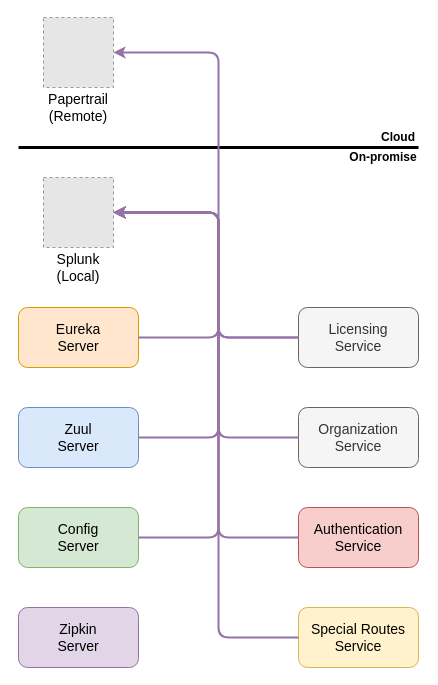
Above: readme/drawio/whole_structure_log.drawio in wuyichen24/spring-microservices-in-action (draw.io), before the change. Source tidied: cells renumbered, new cells numbered last; positions are measured from the earlier drawing's top-left corner, leaving out a move shared by most shapes. Both pictures are drawn from the tidied source at 100%, with x=0, y=0 at pixel (18, 17). Pictures stored in the file or linked from it are replaced by grey dashed boxes.
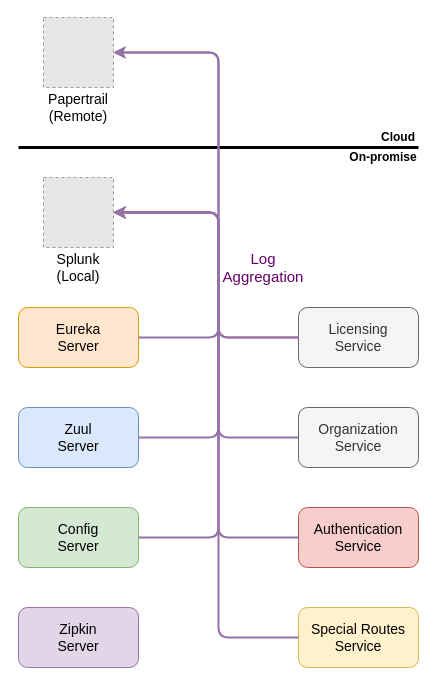
The same page after the edit.

The change refers to these unchanged cells:
```xml
<mxCell id="10" value="&lt;span style=&quot;font-size: 14px&quot;&gt;Special Routes&lt;br&gt;Service&lt;br&gt;&lt;/span&gt;" style="rounded=1;whiteSpace=wrap;html=1;fillColor=#fff2cc;strokeColor=#d6b656;" parent="1" vertex="1">
  <mxGeometry x="280" y="590" width="120" height="60" as="geometry" />
</mxCell>
<mxCell id="11" style="fillColor=#E6E6E6;strokeColor=#999999;dashed=1;verticalLabelPosition=bottom;labelBackgroundColor=#ffffff;verticalAlign=top;" parent="1" vertex="1">
  <mxGeometry x="25" y="160" width="70" height="70" as="geometry" />
</mxCell>
<mxCell id="20" style="fillColor=#E6E6E6;strokeColor=#999999;dashed=1;verticalLabelPosition=bottom;labelBackgroundColor=#ffffff;verticalAlign=top;" parent="1" vertex="1">
  <mxGeometry x="25" width="70" height="70" as="geometry" />
</mxCell>
```

Change to the diagram source:
```diff
@@
-    <mxCell id="19" style="endArrow=classic;html=1;strokeWidth=2;fillColor=#e1d5e7;strokeColor=#9673a6;entryX=1;entryY=0.5;entryDx=0;entryDy=0;exitX=0;exitY=0.5;exitDx=0;exitDy=0;" parent="1" edge="1" source="10" target="11">
+    <mxCell id="19" style="endArrow=classic;html=1;strokeWidth=2;fillColor=#e1d5e7;strokeColor=#9673a6;entryX=1;entryY=0.5;entryDx=0;entryDy=0;exitX=0;exitY=0.5;exitDx=0;exitDy=0;" parent="1" edge="1" source="10" target="20">
       <mxGeometry relative="1" as="geometry">
         <Array as="points">
           <mxPoint x="200" y="620" />
-          <mxPoint x="200" y="195" />
+          <mxPoint x="200" y="35" />
         </Array>
       </mxGeometry>
     </mxCell>
@@
+    <mxCell id="25" value="&lt;span style=&quot;font-size: 15px&quot;&gt;&lt;font color=&quot;#660066&quot;&gt;Log&lt;br&gt;Aggregation&lt;/font&gt;&lt;br&gt;&lt;/span&gt;" style="text;html=1;strokeColor=none;fillColor=none;align=center;verticalAlign=middle;whiteSpace=wrap;rounded=0;" parent="1" vertex="1">
+      <mxGeometry x="200" y="230" width="90" height="40" as="geometry" />
+    </mxCell>
```
